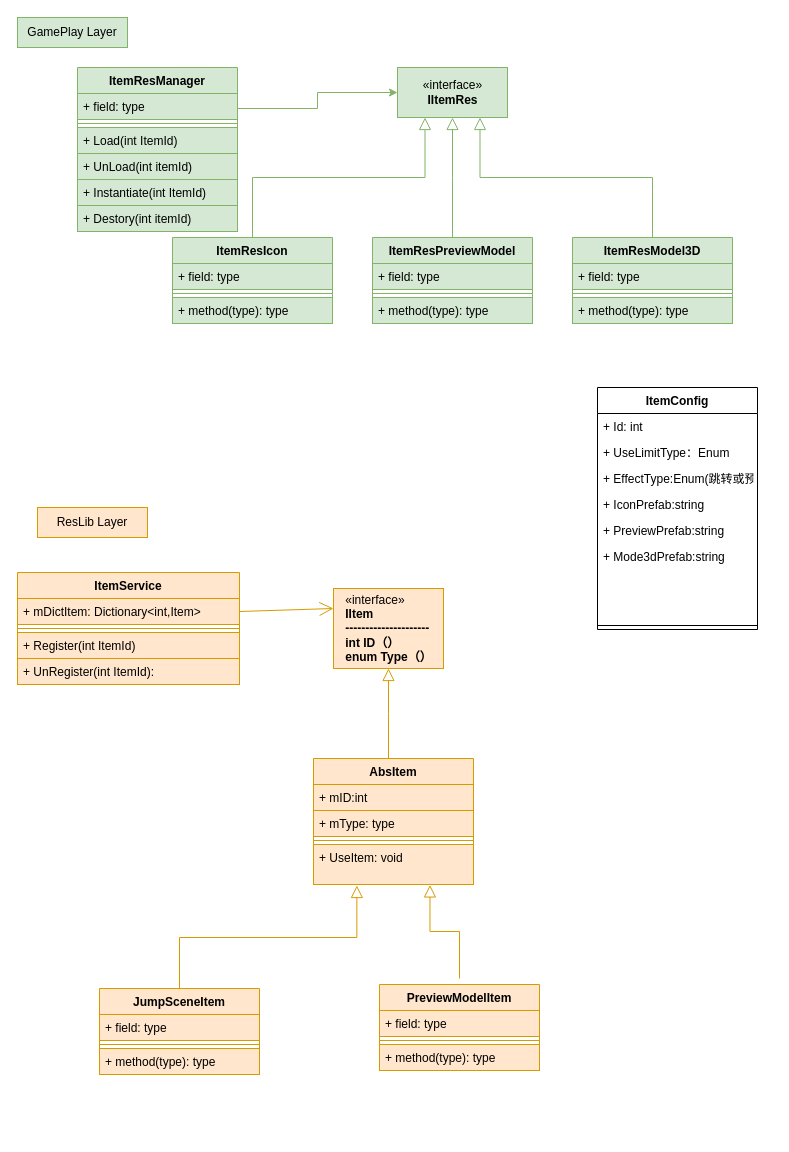
Before: Untitled Diagram.drawio in xiaoran301/AA_FlowAndUML, a draw.io diagram. Source tidied: cells renumbered, new cells numbered last; positions are measured from the earlier drawing's top-left corner, leaving out a move shared by most shapes. Both pictures are drawn from the tidied source at 100%, with x=0, y=0 at pixel (17, 17).
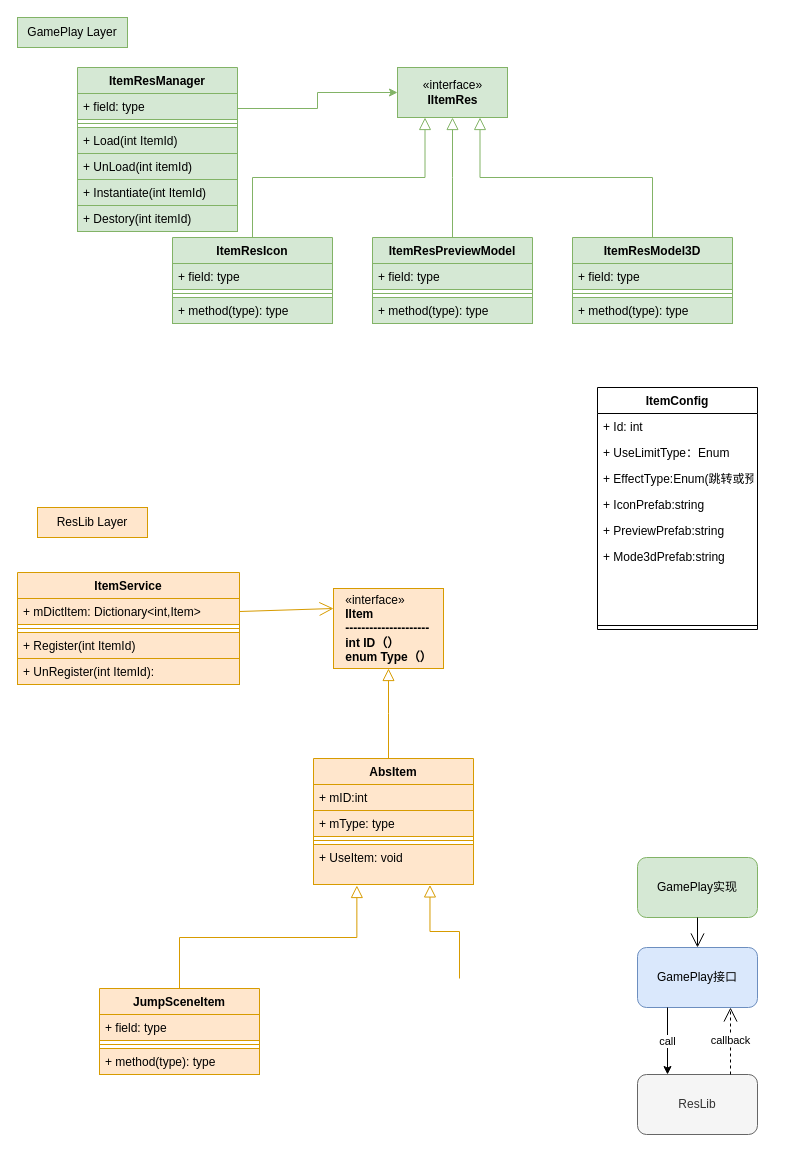
The same diagram, later.

Change to the diagram source:
```diff
@@
-    <mxCell id="19" value="PreviewModelItem" style="swimlane;fontStyle=1;align=center;verticalAlign=top;horizontal=1;startSize=26;fillColor=#ffe6cc;strokeColor=#d79b00;" parent="1" vertex="1">
-      <mxGeometry x="362" y="967" width="160" height="86" as="geometry" />
-    </mxCell>
-    <mxCell id="20" value="+ field: type" style="text;strokeColor=#d79b00;fillColor=#ffe6cc;align=left;verticalAlign=top;spacingLeft=4;spacingRight=4;overflow=hidden;" parent="19" vertex="1">
-      <mxGeometry y="26" width="160" height="26" as="geometry" />
-    </mxCell>
-    <mxCell id="21" style="line;strokeWidth=1;fillColor=#ffe6cc;align=left;verticalAlign=middle;spacingTop=-1;spacingLeft=3;spacingRight=3;labelPosition=right;strokeColor=#d79b00;" parent="19" vertex="1">
-      <mxGeometry y="52" width="160" height="8" as="geometry" />
-    </mxCell>
-    <mxCell id="22" value="+ method(type): type" style="text;strokeColor=#d79b00;fillColor=#ffe6cc;align=left;verticalAlign=top;spacingLeft=4;spacingRight=4;overflow=hidden;" parent="19" vertex="1">
-      <mxGeometry y="60" width="160" height="26" as="geometry" />
-    </mxCell>
@@
+    <mxCell id="61" value="GamePlay实现" style="rounded=1;whiteSpace=wrap;html=1;fillColor=#d5e8d4;strokeColor=#82b366;" parent="1" vertex="1">
+      <mxGeometry x="620" y="840" width="120" height="60" as="geometry" />
+    </mxCell>
+    <mxCell id="62" value="GamePlay接口" style="rounded=1;whiteSpace=wrap;html=1;fillColor=#dae8fc;strokeColor=#6c8ebf;" parent="1" vertex="1">
+      <mxGeometry x="620" y="930" width="120" height="60" as="geometry" />
+    </mxCell>
+    <mxCell id="63" value="ResLib" style="rounded=1;whiteSpace=wrap;html=1;fillColor=#f5f5f5;strokeColor=#666666;fontColor=#333333;" parent="1" vertex="1">
+      <mxGeometry x="620" y="1057" width="120" height="60" as="geometry" />
+    </mxCell>
+    <mxCell id="64" value="callback" style="endArrow=open;endSize=12;dashed=1;html=1;rounded=0;exitX=0.75;exitY=0;exitDx=0;exitDy=0;entryX=0.75;entryY=1;entryDx=0;entryDy=0;" parent="1" edge="1">
+      <mxGeometry relative="1" as="geometry">
+        <mxPoint x="713" y="1057" as="sourcePoint" />
+        <mxPoint x="713" y="990" as="targetPoint" />
+      </mxGeometry>
+    </mxCell>
+    <mxCell id="65" style="endArrow=open;endFill=1;endSize=12;html=1;rounded=0;exitX=0.5;exitY=1;exitDx=0;exitDy=0;entryX=0.5;entryY=0;entryDx=0;entryDy=0;" parent="1" edge="1" source="61" target="62">
+      <mxGeometry relative="1" as="geometry" />
+    </mxCell>
+    <mxCell id="66" value="call" style="endArrow=classic;html=1;rounded=0;entryX=0.25;entryY=0;entryDx=0;entryDy=0;exitX=0.25;exitY=1;exitDx=0;exitDy=0;" parent="1" edge="1" source="62" target="63">
+      <mxGeometry relative="1" as="geometry" />
+    </mxCell>
```
